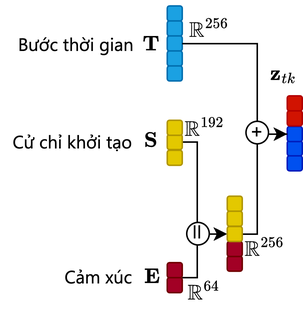
DeepGesture/deepgesture.github.io keeps this draw.io diagram as siggraph/images/FeatureConcatenate.png. Above is the earlier version. Source tidied: cells renumbered, new cells last; positions are measured from the earlier drawing's top-left corner, leaving out a move shared by most shapes. The source it was exported from:
```xml
<mxGraphModel math="1">
  <root>
    <mxCell id="0" />
    <mxCell id="1" parent="0" />
    <mxCell id="2" style="rounded=1;whiteSpace=wrap;html=1;fillColor=#1ba1e2;strokeColor=#006EAF;fontColor=#ffffff;" parent="1" vertex="1">
      <mxGeometry x="111" y="40.5" width="10" height="10" as="geometry" />
    </mxCell>
    <mxCell id="3" style="rounded=1;whiteSpace=wrap;html=1;fillColor=#1ba1e2;strokeColor=#006EAF;fontColor=#ffffff;" parent="1" vertex="1">
      <mxGeometry x="111" y="30.5" width="10" height="10" as="geometry" />
    </mxCell>
    <mxCell id="4" style="rounded=1;whiteSpace=wrap;html=1;fillColor=#1ba1e2;strokeColor=#006EAF;fontColor=#ffffff;" parent="1" vertex="1">
      <mxGeometry x="111" y="20.5" width="10" height="10" as="geometry" />
    </mxCell>
    <mxCell id="5" style="rounded=1;whiteSpace=wrap;html=1;fillColor=#1ba1e2;strokeColor=#006EAF;fontColor=#ffffff;" parent="1" vertex="1">
      <mxGeometry x="111" y="10.5" width="10" height="10" as="geometry" />
    </mxCell>
    <mxCell id="6" style="rounded=1;whiteSpace=wrap;html=1;fillColor=#1ba1e2;strokeColor=#006EAF;fontColor=#ffffff;" parent="1" vertex="1">
      <mxGeometry x="111" y="0.5" width="10" height="10" as="geometry" />
    </mxCell>
    <mxCell id="7" style="rounded=1;whiteSpace=wrap;html=1;fillColor=#a20025;strokeColor=#6F0000;fontColor=#ffffff;" parent="1" vertex="1">
      <mxGeometry x="111" y="181.6" width="10" height="10" as="geometry" />
    </mxCell>
    <mxCell id="8" style="edgeStyle=orthogonalEdgeStyle;rounded=0;jettySize=auto;html=1;exitX=1;exitY=1;exitDx=0;exitDy=0;entryX=0;entryY=0.5;entryDx=0;entryDy=0;" parent="1" edge="1" source="9" target="17">
      <mxGeometry relative="1" as="geometry">
        <Array as="points">
          <mxPoint x="131" y="181.6" />
          <mxPoint x="131" y="152.6" />
        </Array>
      </mxGeometry>
    </mxCell>
    <mxCell id="9" style="rounded=1;whiteSpace=wrap;html=1;fillColor=#a20025;strokeColor=#6F0000;fontColor=#ffffff;" parent="1" vertex="1">
      <mxGeometry x="111" y="171.6" width="10" height="10" as="geometry" />
    </mxCell>
    <mxCell id="10" style="rounded=1;whiteSpace=wrap;html=1;fillColor=#e3c800;strokeColor=#B09500;fontColor=#000000;" parent="1" vertex="1">
      <mxGeometry x="111" y="96.7" width="10" height="10" as="geometry" />
    </mxCell>
    <mxCell id="11" style="edgeStyle=orthogonalEdgeStyle;rounded=0;jettySize=auto;html=1;entryX=0;entryY=0.5;entryDx=0;entryDy=0;" parent="1" edge="1" source="12" target="17">
      <mxGeometry relative="1" as="geometry">
        <Array as="points">
          <mxPoint x="131" y="91.6" />
          <mxPoint x="131" y="152.6" />
        </Array>
      </mxGeometry>
    </mxCell>
    <mxCell id="12" style="rounded=1;whiteSpace=wrap;html=1;fillColor=#e3c800;strokeColor=#B09500;fontColor=#000000;" parent="1" vertex="1">
      <mxGeometry x="111" y="86.2" width="10" height="10" as="geometry" />
    </mxCell>
    <mxCell id="13" style="rounded=1;whiteSpace=wrap;html=1;fillColor=#e3c800;strokeColor=#B09500;fontColor=#000000;" parent="1" vertex="1">
      <mxGeometry x="111" y="76.7" width="10" height="10" as="geometry" />
    </mxCell>
    <mxCell id="14" style="rounded=1;whiteSpace=wrap;html=1;fillColor=#a20025;strokeColor=#6F0000;fontColor=#ffffff;" parent="1" vertex="1">
      <mxGeometry x="151" y="167.3" width="10" height="10" as="geometry" />
    </mxCell>
    <mxCell id="15" style="rounded=1;whiteSpace=wrap;html=1;fillColor=#a20025;strokeColor=#6F0000;fontColor=#ffffff;" parent="1" vertex="1">
      <mxGeometry x="151" y="157.5" width="10" height="10" as="geometry" />
    </mxCell>
    <mxCell id="16" style="edgeStyle=orthogonalEdgeStyle;rounded=0;jettySize=auto;html=1;entryX=0;entryY=0.5;entryDx=0;entryDy=0;" parent="1" edge="1" source="17" target="23">
      <mxGeometry relative="1" as="geometry">
        <Array as="points">
          <mxPoint x="171" y="153" />
          <mxPoint x="171" y="86" />
        </Array>
      </mxGeometry>
    </mxCell>
    <mxCell id="17" style="rounded=1;whiteSpace=wrap;html=1;fillColor=#e3c800;strokeColor=#B09500;fontColor=#000000;" parent="1" vertex="1">
      <mxGeometry x="151" y="147.5" width="10" height="10" as="geometry" />
    </mxCell>
    <mxCell id="18" style="rounded=1;whiteSpace=wrap;html=1;fillColor=#e3c800;strokeColor=#B09500;fontColor=#000000;" parent="1" vertex="1">
      <mxGeometry x="151" y="137.3" width="10" height="10" as="geometry" />
    </mxCell>
    <mxCell id="19" style="rounded=1;whiteSpace=wrap;html=1;fillColor=#e3c800;strokeColor=#B09500;fontColor=#000000;" parent="1" vertex="1">
      <mxGeometry x="151" y="127.3" width="10" height="10" as="geometry" />
    </mxCell>
    <mxCell id="20" value="&lt;font style=&quot;font-size: 12px;&quot;&gt;$$\mathbb{R}^{256}$$&lt;/font&gt;" style="text;html=1;align=center;verticalAlign=middle;whiteSpace=wrap;rounded=0;fontSize=12;" parent="1" vertex="1">
      <mxGeometry x="161" y="152.5" width="30" height="20" as="geometry" />
    </mxCell>
    <mxCell id="21" style="rounded=1;whiteSpace=wrap;html=1;fillColor=#0050ef;strokeColor=#001DBC;fontColor=#ffffff;" parent="1" vertex="1">
      <mxGeometry x="191" y="90.4" width="10" height="10" as="geometry" />
    </mxCell>
    <mxCell id="22" style="rounded=1;whiteSpace=wrap;html=1;fillColor=#0050ef;strokeColor=#001DBC;fontColor=#ffffff;" parent="1" vertex="1">
      <mxGeometry x="191" y="100.4" width="10" height="10" as="geometry" />
    </mxCell>
    <mxCell id="23" style="rounded=1;whiteSpace=wrap;html=1;fillColor=#0050ef;strokeColor=#001DBC;fontColor=#ffffff;" parent="1" vertex="1">
      <mxGeometry x="191" y="80.9" width="10" height="10" as="geometry" />
    </mxCell>
    <mxCell id="24" style="rounded=1;whiteSpace=wrap;html=1;fillColor=#d11301;strokeColor=#B20000;fontColor=#ffffff;" parent="1" vertex="1">
      <mxGeometry x="191" y="70.4" width="10" height="10" as="geometry" />
    </mxCell>
    <mxCell id="25" style="rounded=1;whiteSpace=wrap;html=1;fillColor=#d11301;strokeColor=#B20000;fontColor=#ffffff;" parent="1" vertex="1">
      <mxGeometry x="191" y="60.4" width="10" height="10" as="geometry" />
    </mxCell>
    <mxCell id="26" value="||" style="ellipse;whiteSpace=wrap;html=1;align=center;" parent="1" vertex="1">
      <mxGeometry x="124" y="144.8" width="15" height="15" as="geometry" />
    </mxCell>
    <mxCell id="27" style="edgeStyle=orthogonalEdgeStyle;rounded=0;jettySize=auto;html=1;endArrow=none;endFill=0;entryX=0;entryY=0.5;entryDx=0;entryDy=0;" parent="1" edge="1" source="4" target="23">
      <mxGeometry relative="1" as="geometry">
        <Array as="points">
          <mxPoint x="171" y="26" />
          <mxPoint x="171" y="86" />
        </Array>
      </mxGeometry>
    </mxCell>
    <mxCell id="28" value="&lt;font style=&quot;font-size: 12px;&quot;&gt;$$\mathbf{z}_{tk}$$&lt;/font&gt;" style="text;html=1;align=center;verticalAlign=middle;whiteSpace=wrap;rounded=0;fontSize=12;" parent="1" vertex="1">
      <mxGeometry x="176" y="31" width="25" height="30" as="geometry" />
    </mxCell>
    <mxCell id="29" value="&lt;font style=&quot;font-size: 12px;&quot;&gt;$$\mathbb{R}^{192}$$&lt;/font&gt;" style="text;html=1;align=center;verticalAlign=middle;whiteSpace=wrap;rounded=0;fontSize=12;" parent="1" vertex="1">
      <mxGeometry x="121" y="71.7" width="30" height="20" as="geometry" />
    </mxCell>
    <mxCell id="30" value="&lt;font style=&quot;font-size: 12px;&quot;&gt;$$\mathbb{R}^{64}$$&lt;/font&gt;" style="text;html=1;align=center;verticalAlign=middle;whiteSpace=wrap;rounded=0;fontSize=12;" parent="1" vertex="1">
      <mxGeometry x="121" y="181.6" width="30" height="20" as="geometry" />
    </mxCell>
    <mxCell id="31" value="&lt;font style=&quot;font-size: 12px;&quot;&gt;$$\mathbb{R}^{256}$$&lt;/font&gt;" style="text;html=1;align=center;verticalAlign=middle;whiteSpace=wrap;rounded=0;fontSize=12;" parent="1" vertex="1">
      <mxGeometry x="124" y="6.3" width="30" height="20" as="geometry" />
    </mxCell>
    <mxCell id="32" value="&lt;font style=&quot;font-size: 12px;&quot;&gt;$$\mathbf{E}$$&lt;/font&gt;" style="text;html=1;align=center;verticalAlign=middle;whiteSpace=wrap;rounded=0;fontSize=12;" parent="1" vertex="1">
      <mxGeometry x="91" y="161" width="20" height="40" as="geometry" />
    </mxCell>
    <mxCell id="33" value="&lt;font style=&quot;font-size: 12px;&quot;&gt;$$\mathbf{S}$$&lt;/font&gt;" style="text;html=1;align=center;verticalAlign=middle;whiteSpace=wrap;rounded=0;fontSize=12;" parent="1" vertex="1">
      <mxGeometry x="91" y="71" width="20" height="40" as="geometry" />
    </mxCell>
    <mxCell id="34" value="&lt;font style=&quot;font-size: 12px;&quot;&gt;$$\mathbf{T}$$&lt;/font&gt;" style="text;html=1;align=center;verticalAlign=middle;whiteSpace=wrap;rounded=0;fontSize=12;" parent="1" vertex="1">
      <mxGeometry x="91" y="1" width="20" height="50" as="geometry" />
    </mxCell>
    <mxCell id="35" value="+" style="ellipse;whiteSpace=wrap;html=1;align=center;spacingTop=-2;spacingLeft=-1;" parent="1" vertex="1">
      <mxGeometry x="163.5" y="77.4" width="15" height="15" as="geometry" />
    </mxCell>
    <mxCell id="36" value="Bước thời gian" style="text;html=1;align=right;verticalAlign=middle;whiteSpace=wrap;rounded=0;fontFamily=Segoe UI;" parent="1" vertex="1">
      <mxGeometry x="1" y="1" width="90" height="50" as="geometry" />
    </mxCell>
    <mxCell id="37" value="Cử chỉ khởi tạo" style="text;html=1;align=right;verticalAlign=middle;whiteSpace=wrap;rounded=0;fontFamily=Segoe UI;" parent="1" vertex="1">
      <mxGeometry y="71" width="90" height="39.1" as="geometry" />
    </mxCell>
    <mxCell id="38" value="Cảm xúc" style="text;html=1;align=right;verticalAlign=middle;whiteSpace=wrap;rounded=0;fontFamily=Segoe UI;" parent="1" vertex="1">
      <mxGeometry x="31" y="161.1" width="59" height="39.9" as="geometry" />
    </mxCell>
  </root>
</mxGraphModel>
```
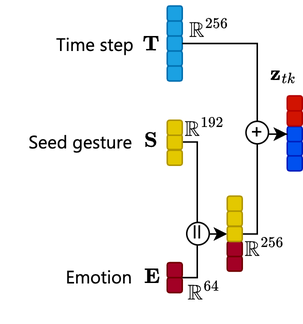
Later version of the same file.

The edit, as a diff of the source:
```diff
@@ -124,13 +124,13 @@
     <mxCell id="35" value="+" style="ellipse;whiteSpace=wrap;html=1;align=center;spacingTop=-2;spacingLeft=-1;" parent="1" vertex="1">
       <mxGeometry x="163.5" y="77.4" width="15" height="15" as="geometry" />
     </mxCell>
-    <mxCell id="36" value="Bước thời gian" style="text;html=1;align=right;verticalAlign=middle;whiteSpace=wrap;rounded=0;fontFamily=Segoe UI;" parent="1" vertex="1">
+    <mxCell id="36" value="Time step" style="text;html=1;align=right;verticalAlign=middle;whiteSpace=wrap;rounded=0;fontFamily=Segoe UI;" parent="1" vertex="1">
       <mxGeometry x="1" y="1" width="90" height="50" as="geometry" />
     </mxCell>
-    <mxCell id="37" value="Cử chỉ khởi tạo" style="text;html=1;align=right;verticalAlign=middle;whiteSpace=wrap;rounded=0;fontFamily=Segoe UI;" parent="1" vertex="1">
+    <mxCell id="37" value="Seed gesture" style="text;html=1;align=right;verticalAlign=middle;whiteSpace=wrap;rounded=0;fontFamily=Segoe UI;" parent="1" vertex="1">
       <mxGeometry y="71" width="90" height="39.1" as="geometry" />
     </mxCell>
-    <mxCell id="38" value="Cảm xúc" style="text;html=1;align=right;verticalAlign=middle;whiteSpace=wrap;rounded=0;fontFamily=Segoe UI;" parent="1" vertex="1">
+    <mxCell id="38" value="Emotion" style="text;html=1;align=right;verticalAlign=middle;whiteSpace=wrap;rounded=0;fontFamily=Segoe UI;" parent="1" vertex="1">
       <mxGeometry x="31" y="161.1" width="59" height="39.9" as="geometry" />
     </mxCell>
   </root>
```
